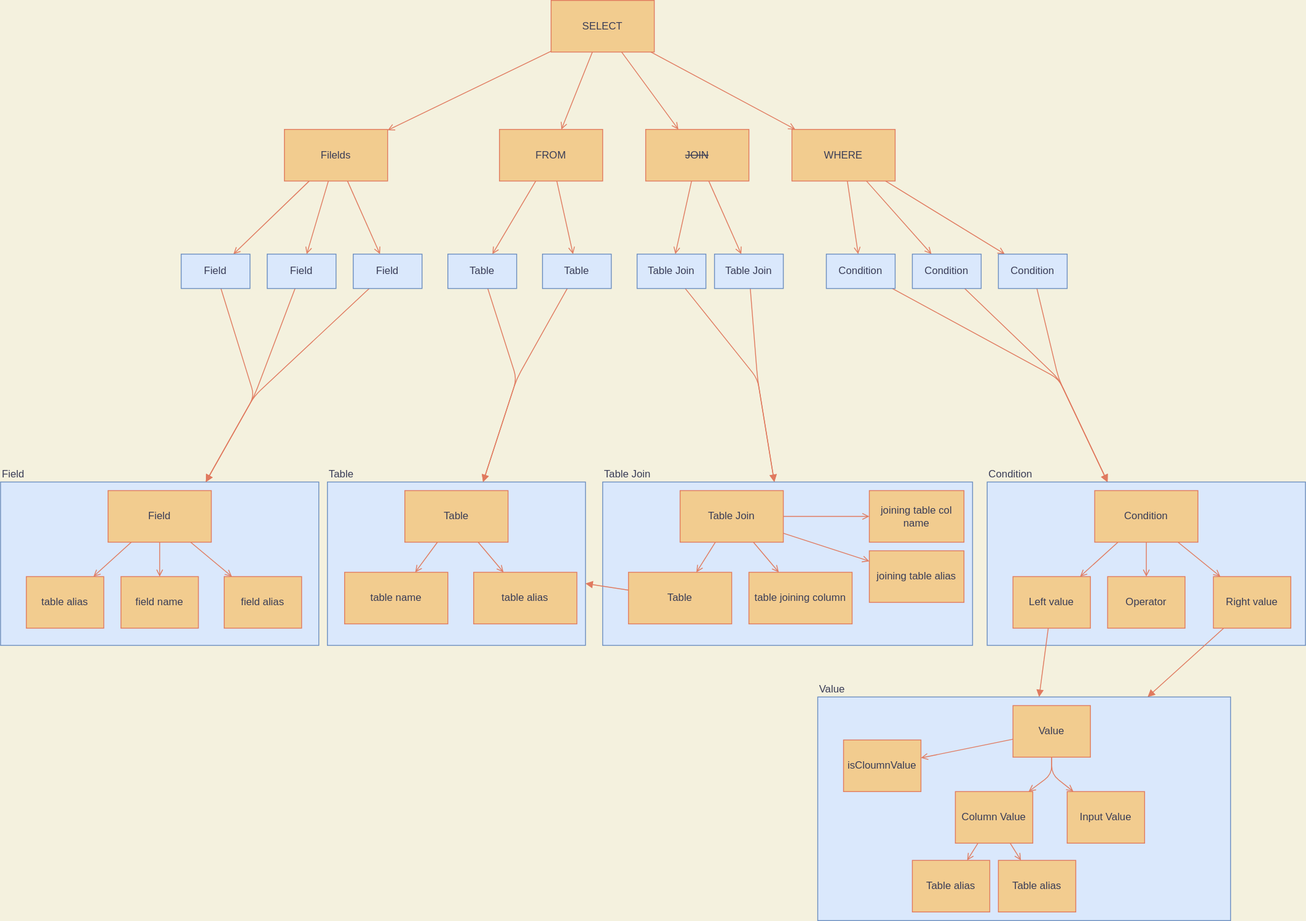
Harry29-exe/HomegrownDB keeps this draw.io diagram as documentacion/parse/select_parse_tree.svg. Above is the earlier version. Source tidied: cells renumbered, new cells last; positions are measured from the earlier drawing's top-left corner, leaving out a move shared by most shapes.
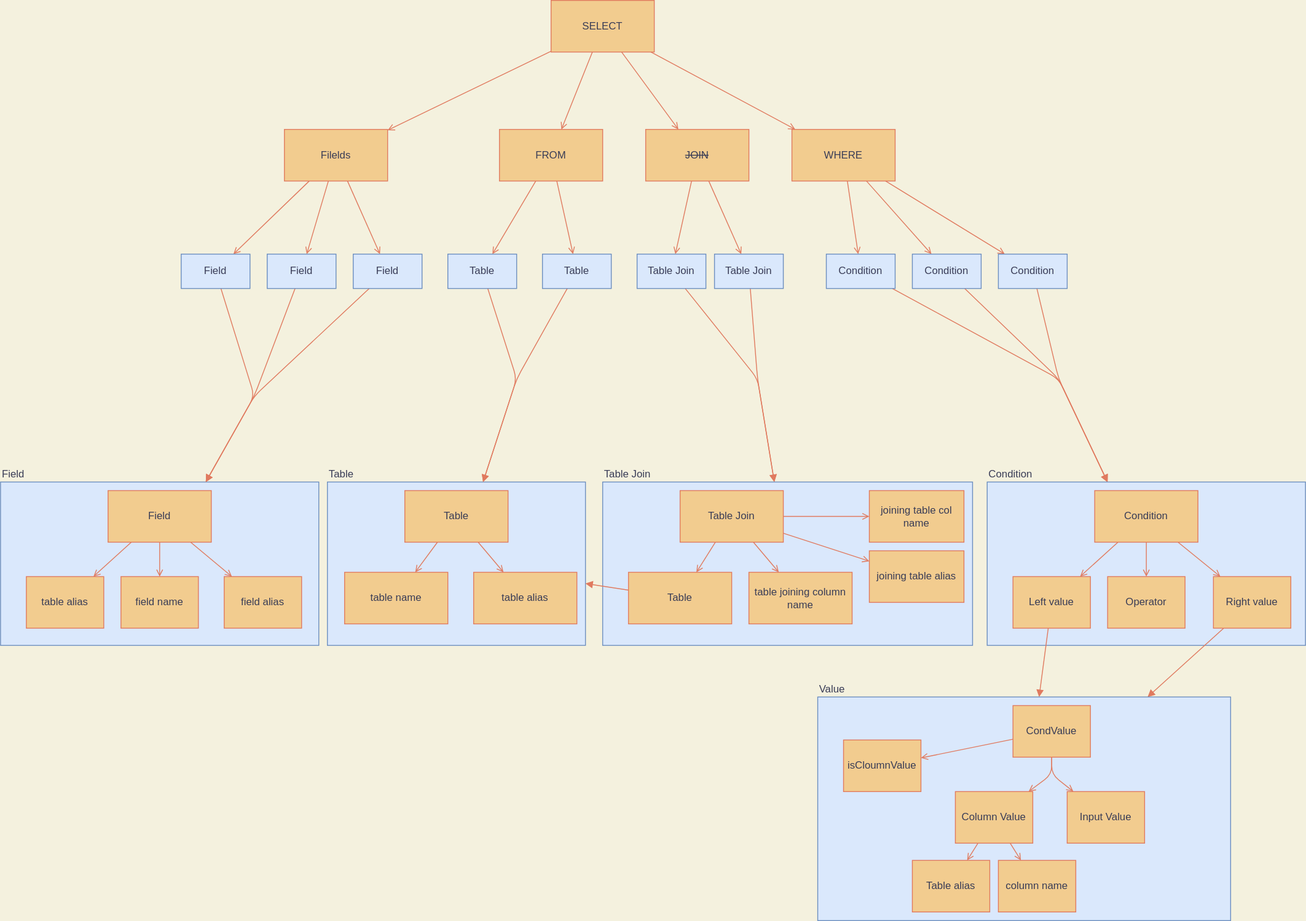
Above is the later version.

Commit message:
added parse tree basic building blocks, adjusted select_parse_tree.svg, so it's match implementation

Diff of the diagram source:
```diff
@@ -195,7 +195,7 @@
     <mxCell id="56" value="joining table col name" style="rounded=0;whiteSpace=wrap;html=1;sketch=0;strokeColor=#E07A5F;fillColor=#F2CC8F;align=center;fontColor=#393C56;" parent="1" vertex="1">
       <mxGeometry x="1010" y="570" width="110" height="60" as="geometry" />
     </mxCell>
-    <mxCell id="57" value="table joining column" style="rounded=0;whiteSpace=wrap;html=1;sketch=0;strokeColor=#E07A5F;fillColor=#F2CC8F;align=center;fontColor=#393C56;" parent="1" vertex="1">
+    <mxCell id="57" value="table joining column name" style="rounded=0;whiteSpace=wrap;html=1;sketch=0;strokeColor=#E07A5F;fillColor=#F2CC8F;align=center;fontColor=#393C56;" parent="1" vertex="1">
       <mxGeometry x="870" y="665" width="120" height="60" as="geometry" />
     </mxCell>
     <mxCell id="58" style="edgeStyle=none;rounded=1;sketch=0;jettySize=auto;html=1;fontColor=#0F0F0F;endArrow=block;endFill=1;strokeColor=#E07A5F;fillColor=#F2CC8F;" parent="1" edge="1" source="59" target="2">
@@ -284,7 +284,7 @@
         </Array>
       </mxGeometry>
     </mxCell>
-    <mxCell id="80" value="Value" style="rounded=0;whiteSpace=wrap;html=1;sketch=0;strokeColor=#E07A5F;fillColor=#F2CC8F;align=center;fontColor=#393C56;" parent="1" vertex="1">
+    <mxCell id="80" value="CondValue" style="rounded=0;whiteSpace=wrap;html=1;sketch=0;strokeColor=#E07A5F;fillColor=#F2CC8F;align=center;fontColor=#393C56;" parent="1" vertex="1">
       <mxGeometry x="1177" y="820" width="90" height="60" as="geometry" />
     </mxCell>
     <mxCell id="81" value="isCloumnValue" style="rounded=0;whiteSpace=wrap;html=1;sketch=0;strokeColor=#E07A5F;fillColor=#F2CC8F;align=center;fontColor=#393C56;" parent="1" vertex="1">
@@ -305,7 +305,7 @@
     <mxCell id="86" value="Table alias" style="rounded=0;whiteSpace=wrap;html=1;sketch=0;strokeColor=#E07A5F;fillColor=#F2CC8F;align=center;fontColor=#393C56;" parent="1" vertex="1">
       <mxGeometry x="1060" y="1000" width="90" height="60" as="geometry" />
     </mxCell>
-    <mxCell id="87" value="Table alias" style="rounded=0;whiteSpace=wrap;html=1;sketch=0;strokeColor=#E07A5F;fillColor=#F2CC8F;align=center;fontColor=#393C56;" parent="1" vertex="1">
+    <mxCell id="87" value="column name" style="rounded=0;whiteSpace=wrap;html=1;sketch=0;strokeColor=#E07A5F;fillColor=#F2CC8F;align=center;fontColor=#393C56;" parent="1" vertex="1">
       <mxGeometry x="1160" y="1000" width="90" height="60" as="geometry" />
     </mxCell>
   </root>
```
